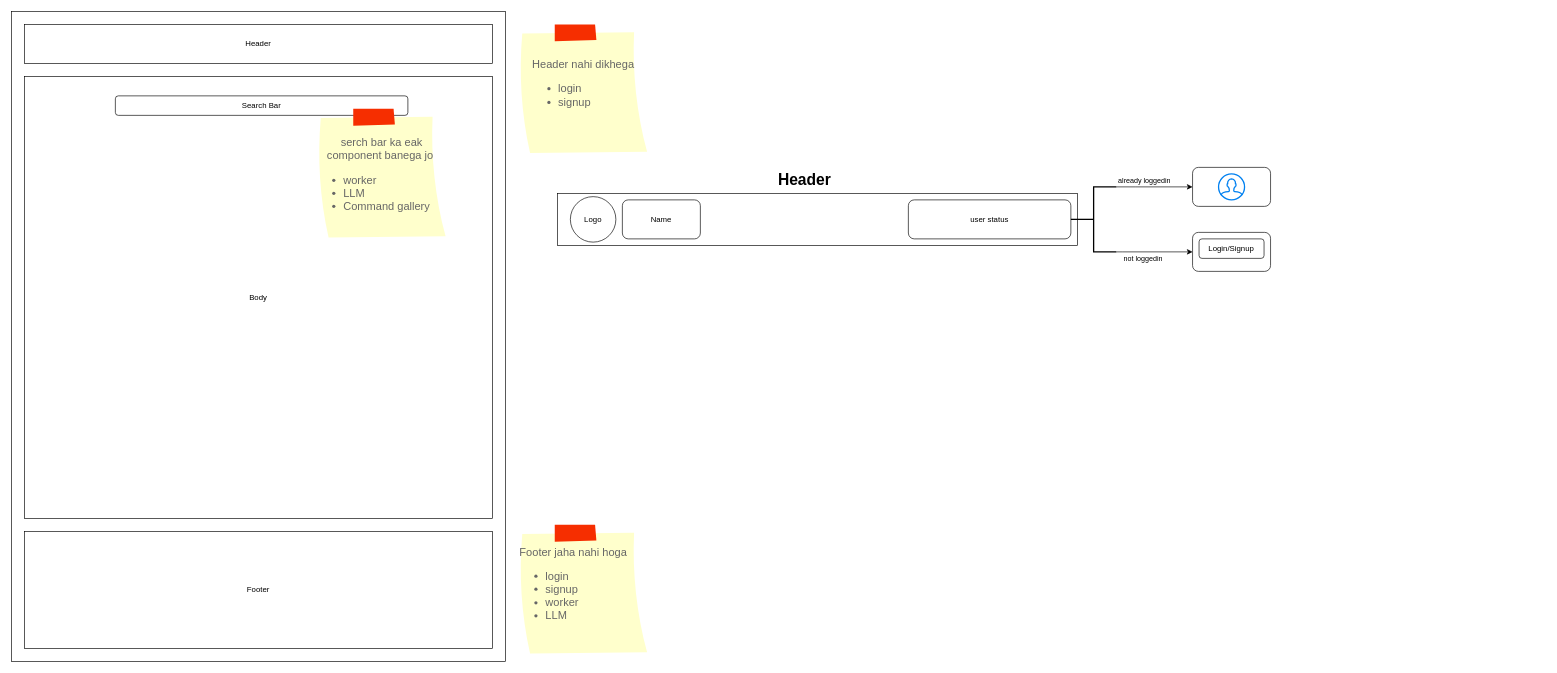
The draw.io diagram design/wireframes/base-design.drawio in Command-Compass/Development-Documentation, before the edit. Source tidied: cells renumbered, new cells numbered last; positions are measured from the earlier drawing's top-left corner, leaving out a move shared by most shapes. Both pictures are drawn from the tidied source at 65%, with x=0, y=0 at pixel (11, 11).
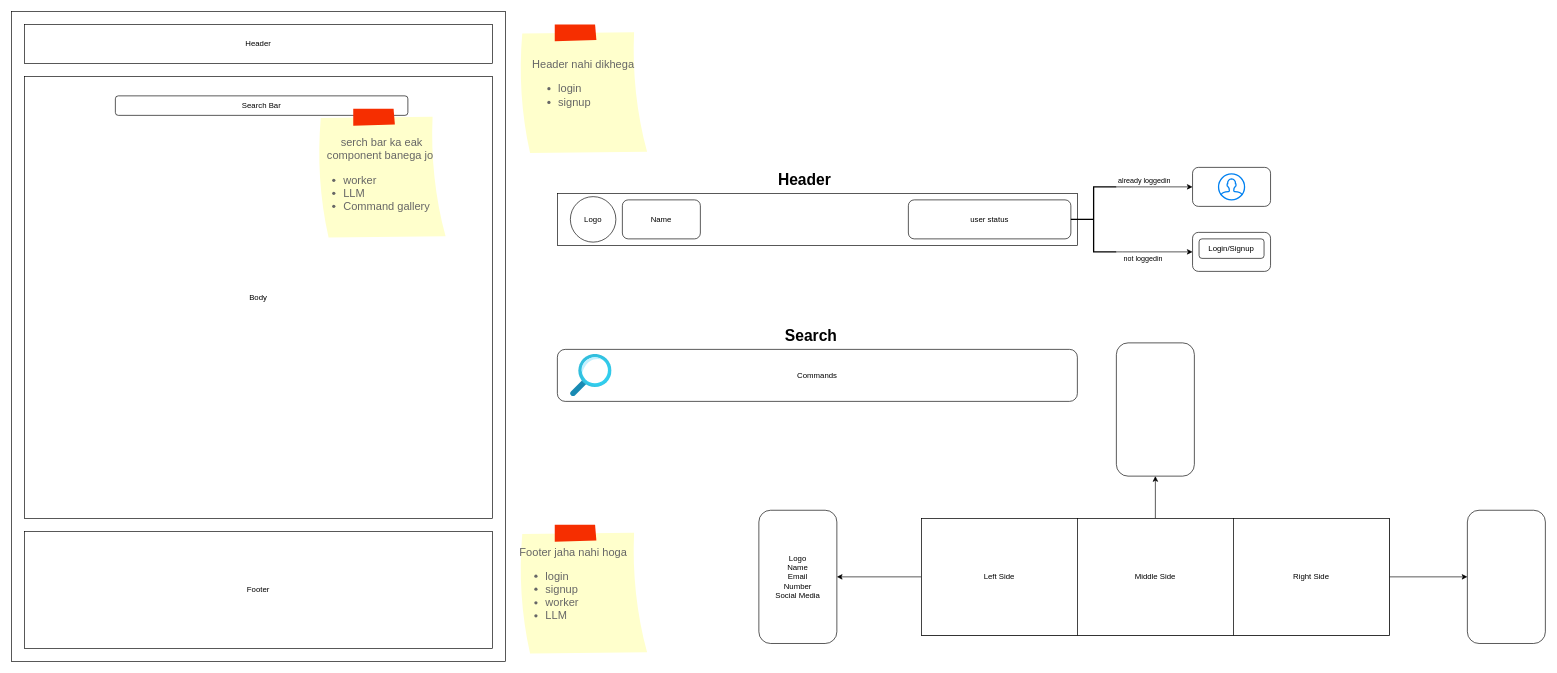
After the change.

What changed in the source:
```diff
@@
+    <mxCell id="25" value="Commands" style="rounded=1;whiteSpace=wrap;html=1;" parent="1" vertex="1">
+      <mxGeometry x="840" y="520" width="800" height="80" as="geometry" />
+    </mxCell>
+    <mxCell id="26" value="Search" style="text;strokeColor=none;fillColor=none;html=1;fontSize=24;fontStyle=1;verticalAlign=middle;align=center;" parent="1" vertex="1">
+      <mxGeometry x="1180" y="480" width="100" height="40" as="geometry" />
+    </mxCell>
+    <mxCell id="27" style="html=1;align=center;image;fontSize=12;image=img/lib/azure2/general/Search.svg;" parent="1" vertex="1">
+      <mxGeometry x="860" y="527.5" width="64" height="65" as="geometry" />
+    </mxCell>
+    <mxCell id="28" style="rounded=0;whiteSpace=wrap;html=1;fillColor=none;" parent="1" vertex="1">
+      <mxGeometry x="1400" y="780" width="720" height="180" as="geometry" />
+    </mxCell>
+    <mxCell id="29" style="edgeStyle=none;html=1;entryX=1;entryY=0.5;entryDx=0;entryDy=0;" parent="1" edge="1" source="30" target="35">
+      <mxGeometry relative="1" as="geometry" />
+    </mxCell>
+    <mxCell id="30" value="Left Side" style="rounded=0;whiteSpace=wrap;html=1;" parent="1" vertex="1">
+      <mxGeometry x="1400" y="780" width="240" height="180" as="geometry" />
+    </mxCell>
+    <mxCell id="31" style="edgeStyle=none;html=1;entryX=0.5;entryY=1;entryDx=0;entryDy=0;" parent="1" edge="1" source="32" target="36">
+      <mxGeometry relative="1" as="geometry" />
+    </mxCell>
+    <mxCell id="32" value="Middle Side" style="rounded=0;whiteSpace=wrap;html=1;" parent="1" vertex="1">
+      <mxGeometry x="1640" y="780" width="240" height="180" as="geometry" />
+    </mxCell>
+    <mxCell id="33" style="edgeStyle=none;html=1;entryX=0;entryY=0.5;entryDx=0;entryDy=0;" parent="1" edge="1" source="34" target="37">
+      <mxGeometry relative="1" as="geometry" />
+    </mxCell>
+    <mxCell id="34" value="Right Side" style="rounded=0;whiteSpace=wrap;html=1;" parent="1" vertex="1">
+      <mxGeometry x="1880" y="780" width="240" height="180" as="geometry" />
+    </mxCell>
+    <mxCell id="35" value="Logo&lt;br&gt;Name&lt;br&gt;Email&lt;br&gt;Number&lt;br&gt;Social Media" style="rounded=1;whiteSpace=wrap;html=1;fillColor=none;" parent="1" vertex="1">
+      <mxGeometry x="1150" y="767.5" width="120" height="205" as="geometry" />
+    </mxCell>
+    <mxCell id="36" style="rounded=1;whiteSpace=wrap;html=1;fillColor=none;" parent="1" vertex="1">
+      <mxGeometry x="1700" y="510" width="120" height="205" as="geometry" />
+    </mxCell>
+    <mxCell id="37" style="rounded=1;whiteSpace=wrap;html=1;fillColor=none;" parent="1" vertex="1">
+      <mxGeometry x="2240" y="767.5" width="120" height="205" as="geometry" />
+    </mxCell>
```
